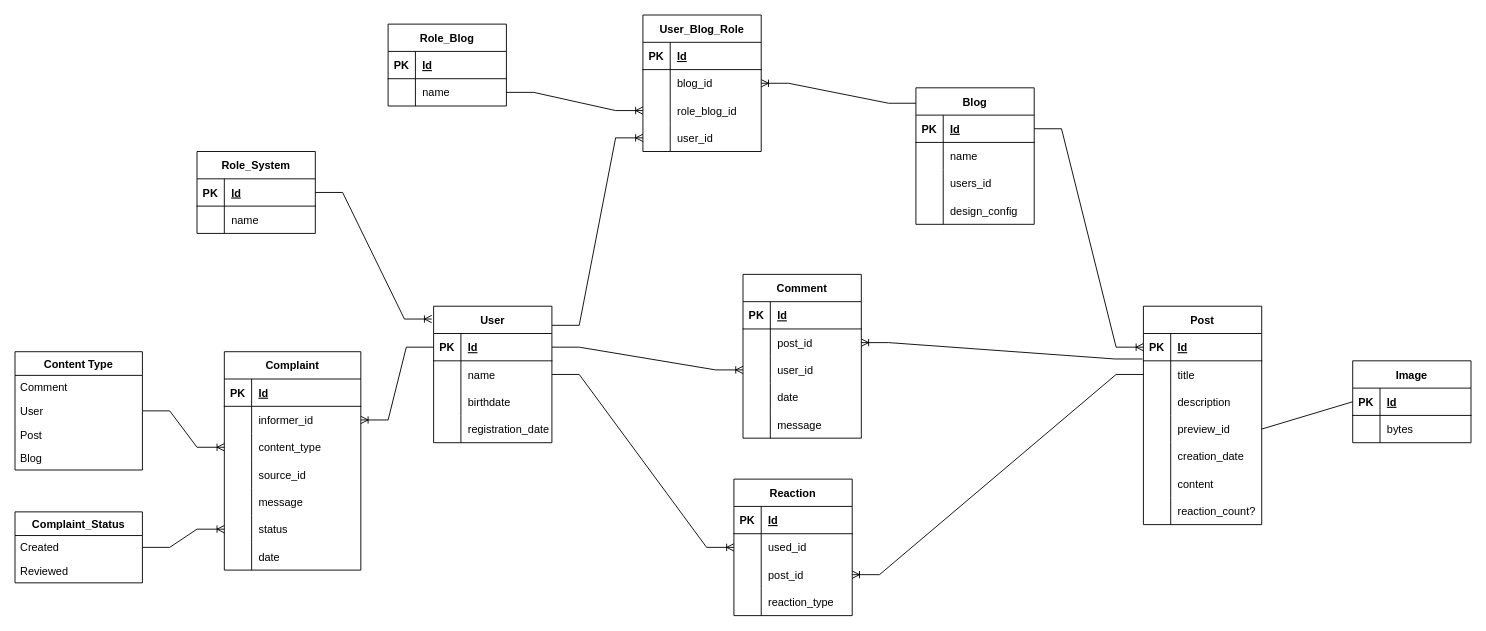
This is docs/ER_class_diagram.drawio from javavlsu/course-work-team-69-airapetyan-igoshin, a draw.io file, before an edit. Source tidied: cells renumbered, new cells numbered last; positions are measured from the earlier drawing's top-left corner, leaving out a move shared by most shapes. Both pictures are drawn from the tidied source at 91%, with x=0, y=0 at pixel (15, 15).
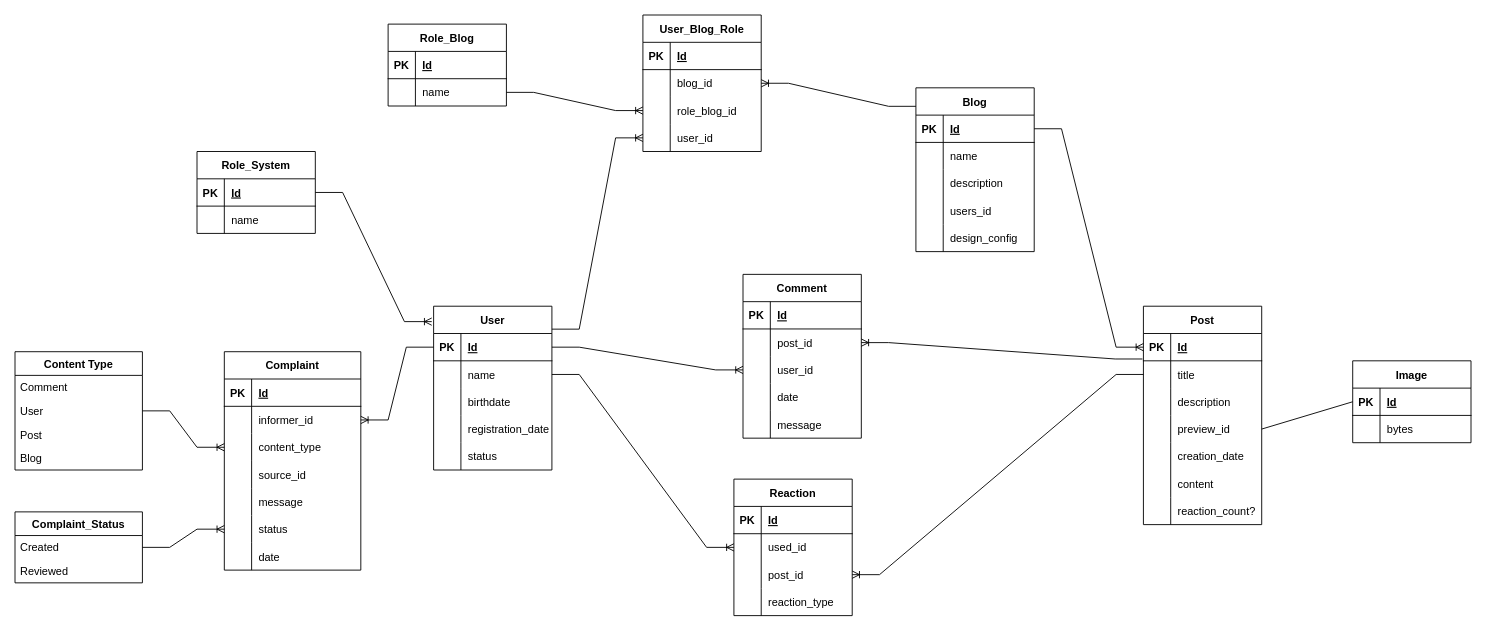
The same page after the edit.

What changed in the source:
```diff
@@
     <mxCell id="2" value="User" style="shape=table;startSize=30;childLayout=tableLayout;rowLines=0;fontStyle=1;align=center;" parent="1" vertex="1">
-      <mxGeometry x="460" y="320" width="130" height="150" as="geometry" />
+      <mxGeometry x="460" y="320" width="130" height="180" as="geometry" />
     </mxCell>
@@
+    <mxCell id="156" style="shape=tableRow;horizontal=0;startSize=0;swimlaneHead=0;swimlaneBody=0;fillColor=none;top=0;left=0;right=0;bottom=0;" parent="2" vertex="1">
+      <mxGeometry y="150" width="130" height="30" as="geometry" />
+    </mxCell>
+    <mxCell id="157" style="shape=partialRectangle;fillColor=none;top=0;left=0;bottom=0;right=0;overflow=hidden;" parent="156" vertex="1">
+      <mxGeometry width="30" height="30" as="geometry" />
+    </mxCell>
+    <mxCell id="158" value="status" style="shape=partialRectangle;fillColor=none;top=0;left=0;bottom=0;right=0;align=left;spacingLeft=6;overflow=hidden;" parent="156" vertex="1">
+      <mxGeometry x="30" width="100" height="30" as="geometry" />
+    </mxCell>
     <mxCell id="15" value="Blog" style="shape=table;startSize=30;childLayout=tableLayout;rowLines=0;fontStyle=1;align=center;" parent="1" vertex="1">
-      <mxGeometry x="990" y="80" width="130" height="150" as="geometry" />
+      <mxGeometry x="990" y="80" width="130" height="180" as="geometry" />
     </mxCell>
@@
+    <mxCell id="159" style="shape=tableRow;horizontal=0;startSize=0;swimlaneHead=0;swimlaneBody=0;fillColor=none;top=0;left=0;right=0;bottom=0;" parent="15" vertex="1">
+      <mxGeometry y="90" width="130" height="30" as="geometry" />
+    </mxCell>
+    <mxCell id="160" style="shape=partialRectangle;fillColor=none;top=0;left=0;bottom=0;right=0;overflow=hidden;" parent="159" vertex="1">
+      <mxGeometry width="30" height="30" as="geometry" />
+    </mxCell>
+    <mxCell id="161" value="description" style="shape=partialRectangle;fillColor=none;top=0;left=0;bottom=0;right=0;align=left;spacingLeft=6;overflow=hidden;" parent="159" vertex="1">
+      <mxGeometry x="30" width="100" height="30" as="geometry" />
+    </mxCell>
     <mxCell id="22" style="shape=tableRow;horizontal=0;startSize=0;swimlaneHead=0;swimlaneBody=0;fillColor=none;top=0;left=0;right=0;bottom=0;" parent="15" vertex="1">
-      <mxGeometry y="90" width="130" height="30" as="geometry" />
+      <mxGeometry y="120" width="130" height="30" as="geometry" />
     </mxCell>
@@
     <mxCell id="25" style="shape=tableRow;horizontal=0;startSize=0;swimlaneHead=0;swimlaneBody=0;fillColor=none;top=0;left=0;right=0;bottom=0;" parent="15" vertex="1">
-      <mxGeometry y="120" width="130" height="30" as="geometry" />
+      <mxGeometry y="150" width="130" height="30" as="geometry" />
     </mxCell>
```
